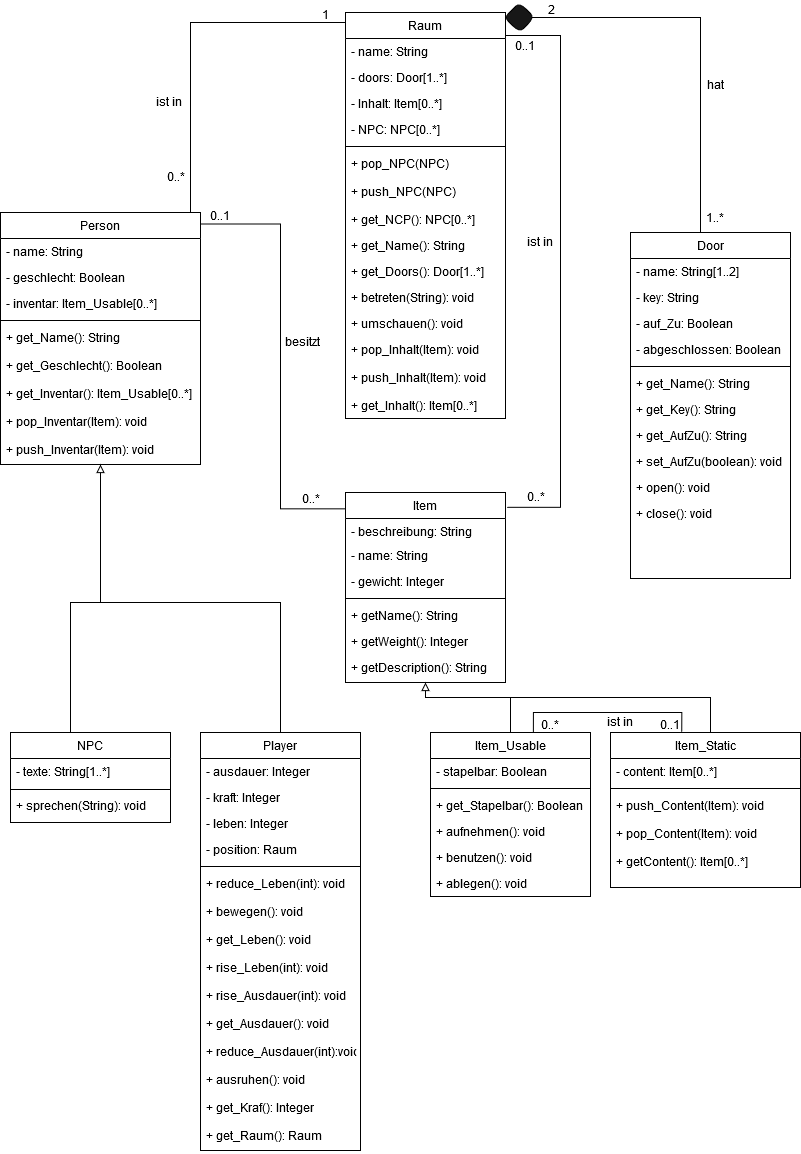
This is Klassendiagram.png from Elegond/AE-Text-Adventure, a draw.io export, as it was before one commit. Source tidied: cells renumbered, new cells last; positions are measured from the earlier drawing's top-left corner, leaving out a move shared by most shapes.
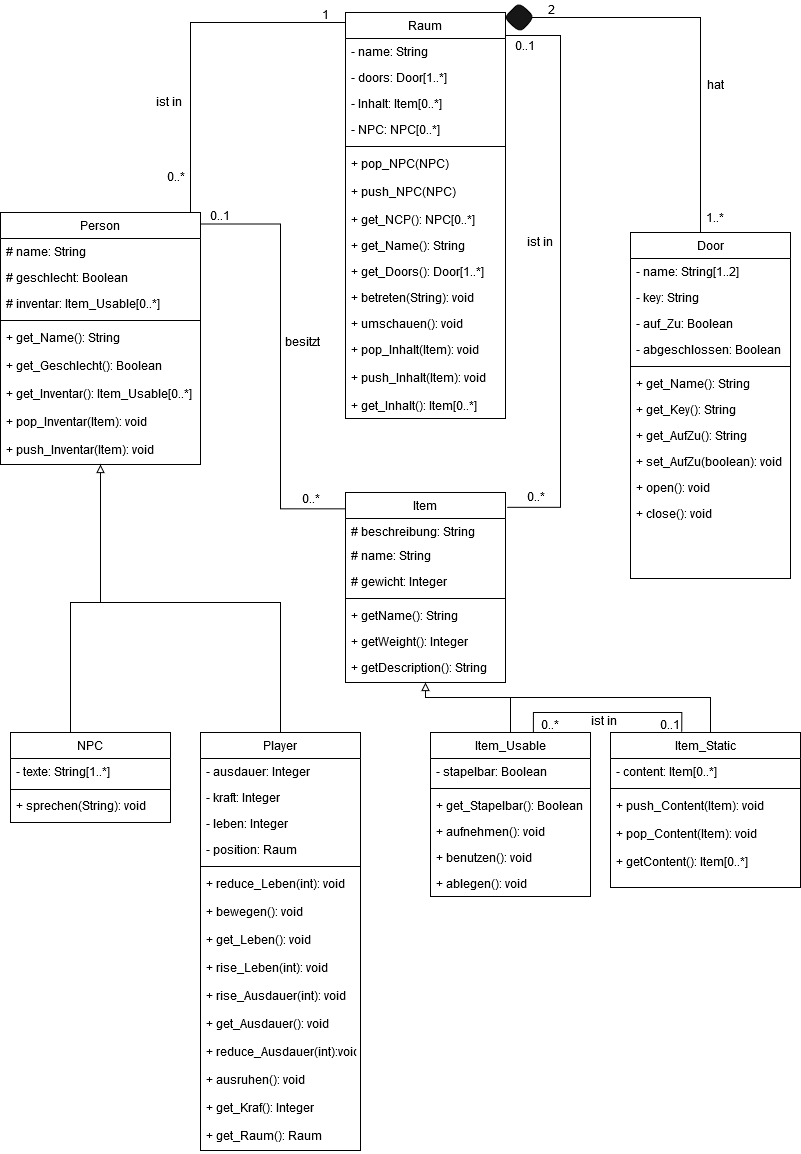
The same file after the commit.

Diff of the diagram source:
```diff
@@ -13,13 +13,13 @@
     <mxCell id="3" value="Person" style="swimlane;fontStyle=0;align=center;verticalAlign=top;horizontal=1;startSize=26;rounded=0;shadow=0;strokeWidth=1;" parent="1" vertex="1">
       <mxGeometry y="212" width="200" height="252" as="geometry" />
     </mxCell>
-    <mxCell id="4" value="- name: String" style="text;align=left;verticalAlign=top;spacingLeft=4;spacingRight=4;overflow=hidden;" parent="3" vertex="1">
+    <mxCell id="4" value="# name: String" style="text;align=left;verticalAlign=top;spacingLeft=4;spacingRight=4;overflow=hidden;" parent="3" vertex="1">
       <mxGeometry y="26" width="200" height="26" as="geometry" />
     </mxCell>
-    <mxCell id="5" value="- geschlecht: Boolean" style="text;align=left;verticalAlign=top;spacingLeft=4;spacingRight=4;overflow=hidden;rounded=0;shadow=0;html=0;" parent="3" vertex="1">
+    <mxCell id="5" value="# geschlecht: Boolean" style="text;align=left;verticalAlign=top;spacingLeft=4;spacingRight=4;overflow=hidden;rounded=0;shadow=0;html=0;" parent="3" vertex="1">
       <mxGeometry y="52" width="200" height="26" as="geometry" />
     </mxCell>
-    <mxCell id="6" value="- inventar: Item_Usable[0..*]" style="text;align=left;verticalAlign=top;spacingLeft=4;spacingRight=4;overflow=hidden;rounded=0;shadow=0;html=0;" parent="3" vertex="1">
+    <mxCell id="6" value="# inventar: Item_Usable[0..*]" style="text;align=left;verticalAlign=top;spacingLeft=4;spacingRight=4;overflow=hidden;rounded=0;shadow=0;html=0;" parent="3" vertex="1">
       <mxGeometry y="78" width="200" height="26" as="geometry" />
     </mxCell>
     <mxCell id="7" style="line;html=1;strokeWidth=1;align=left;verticalAlign=middle;spacingTop=-1;spacingLeft=3;spacingRight=3;labelPosition=right;" parent="3" vertex="1">
@@ -99,13 +99,13 @@
     <mxCell id="30" value="Item" style="swimlane;fontStyle=0;align=center;verticalAlign=top;horizontal=1;startSize=26;rounded=0;shadow=0;strokeWidth=1;" parent="1" vertex="1">
       <mxGeometry x="345" y="492" width="160" height="190" as="geometry" />
     </mxCell>
-    <mxCell id="31" value="- beschreibung: String" style="text;align=left;verticalAlign=top;spacingLeft=4;spacingRight=4;overflow=hidden;" parent="30" vertex="1">
+    <mxCell id="31" value="# beschreibung: String" style="text;align=left;verticalAlign=top;spacingLeft=4;spacingRight=4;overflow=hidden;" parent="30" vertex="1">
       <mxGeometry y="26" width="160" height="24" as="geometry" />
     </mxCell>
-    <mxCell id="32" value="- name: String" style="text;align=left;verticalAlign=top;spacingLeft=4;spacingRight=4;overflow=hidden;rounded=0;shadow=0;html=0;" parent="30" vertex="1">
+    <mxCell id="32" value="# name: String" style="text;align=left;verticalAlign=top;spacingLeft=4;spacingRight=4;overflow=hidden;rounded=0;shadow=0;html=0;" parent="30" vertex="1">
       <mxGeometry y="50" width="160" height="26" as="geometry" />
     </mxCell>
-    <mxCell id="33" value="- gewicht: Integer" style="text;align=left;verticalAlign=top;spacingLeft=4;spacingRight=4;overflow=hidden;rounded=0;shadow=0;html=0;" parent="30" vertex="1">
+    <mxCell id="33" value="# gewicht: Integer" style="text;align=left;verticalAlign=top;spacingLeft=4;spacingRight=4;overflow=hidden;rounded=0;shadow=0;html=0;" parent="30" vertex="1">
       <mxGeometry y="76" width="160" height="26" as="geometry" />
     </mxCell>
     <mxCell id="34" style="line;html=1;strokeWidth=1;align=left;verticalAlign=middle;spacingTop=-1;spacingLeft=3;spacingRight=3;labelPosition=right;" parent="30" vertex="1">
@@ -350,7 +350,7 @@
       </mxGeometry>
     </mxCell>
     <mxCell id="102" value="ist in" style="text;html=1;strokeColor=none;fillColor=none;align=center;verticalAlign=middle;whiteSpace=wrap;rounded=0;" parent="1" vertex="1">
-      <mxGeometry x="600" y="712" width="40" height="17" as="geometry" />
+      <mxGeometry x="584" y="712" width="40" height="16" as="geometry" />
     </mxCell>
     <mxCell id="103" value="0..*" style="text;html=1;strokeColor=none;fillColor=none;align=center;verticalAlign=middle;whiteSpace=wrap;rounded=0;" parent="1" vertex="1">
       <mxGeometry x="530" y="715" width="40" height="17" as="geometry" />
```
